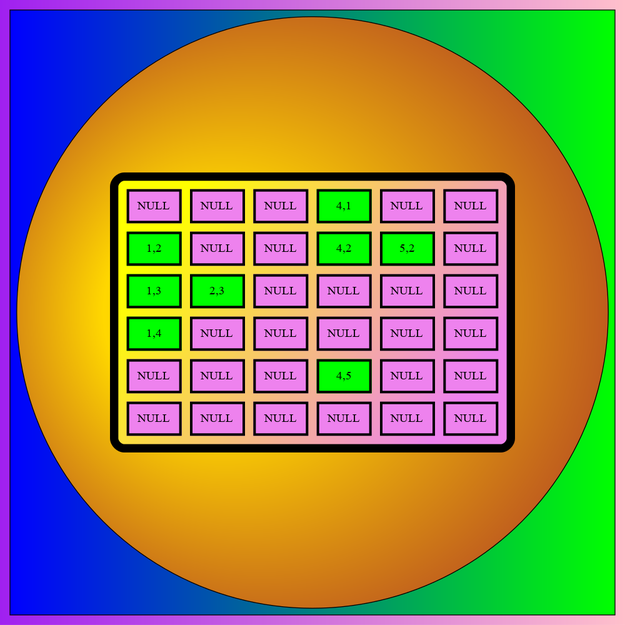
Above: build-Servidor-Desktop-Debug/matriz.png in GianniDeLeon/Proyecto1EDD (Graphviz), before the change. Its source is kept beside it as build-Servidor-Desktop-Debug/matriz.dot. The source it was exported from:
```dot
digraph matriz{bgcolor="purple:pink" style="filled"subgraph cluster1 {fillcolor="blue:green" style="filled"node [shape=circle fillcolor="gold:brown" style="radial" gradientangle=180]a0 [label=<<TABLE border="10" cellspacing="10" cellpadding="10" style="rounded" bgcolor="yellow:violet" gradientangle="315">";<TR>
<TD border="3"  bgcolor="violet"  gradientangle="315">NULL</TD><TD border="3"  bgcolor="violet"  gradientangle="315">NULL</TD><TD border="3"  bgcolor="violet"  gradientangle="315">NULL</TD><TD border="3"  bgcolor="green" gradientangle="315">4,1</TD><TD border="3"  bgcolor="violet"  gradientangle="315">NULL</TD><TD border="3"  bgcolor="violet"  gradientangle="315">NULL</TD></TR>
<TR>
<TD border="3"  bgcolor="green" gradientangle="315">1,2</TD><TD border="3"  bgcolor="violet"  gradientangle="315">NULL</TD><TD border="3"  bgcolor="violet"  gradientangle="315">NULL</TD><TD border="3"  bgcolor="green" gradientangle="315">4,2</TD><TD border="3"  bgcolor="green" gradientangle="315">5,2</TD><TD border="3"  bgcolor="violet"  gradientangle="315">NULL</TD></TR>
<TR>
<TD border="3"  bgcolor="green" gradientangle="315">1,3</TD><TD border="3"  bgcolor="green" gradientangle="315">2,3</TD><TD border="3"  bgcolor="violet"  gradientangle="315">NULL</TD><TD border="3"  bgcolor="violet"  gradientangle="315">NULL</TD><TD border="3"  bgcolor="violet"  gradientangle="315">NULL</TD><TD border="3"  bgcolor="violet"  gradientangle="315">NULL</TD></TR>
<TR>
<TD border="3"  bgcolor="green" gradientangle="315">1,4</TD><TD border="3"  bgcolor="violet"  gradientangle="315">NULL</TD><TD border="3"  bgcolor="violet"  gradientangle="315">NULL</TD><TD border="3"  bgcolor="violet"  gradientangle="315">NULL</TD><TD border="3"  bgcolor="violet"  gradientangle="315">NULL</TD><TD border="3"  bgcolor="violet"  gradientangle="315">NULL</TD></TR>
<TR>
<TD border="3"  bgcolor="violet"  gradientangle="315">NULL</TD><TD border="3"  bgcolor="violet"  gradientangle="315">NULL</TD><TD border="3"  bgcolor="violet"  gradientangle="315">NULL</TD><TD border="3"  bgcolor="green" gradientangle="315">4,5</TD><TD border="3"  bgcolor="violet"  gradientangle="315">NULL</TD><TD border="3"  bgcolor="violet"  gradientangle="315">NULL</TD></TR>
<TR>
<TD border="3"  bgcolor="violet"  gradientangle="315">NULL</TD><TD border="3"  bgcolor="violet"  gradientangle="315">NULL</TD><TD border="3"  bgcolor="violet"  gradientangle="315">NULL</TD><TD border="3"  bgcolor="violet"  gradientangle="315">NULL</TD><TD border="3"  bgcolor="violet"  gradientangle="315">NULL</TD><TD border="3"  bgcolor="violet"  gradientangle="315">NULL</TD></TR>
</TABLE>>];
}
}
```
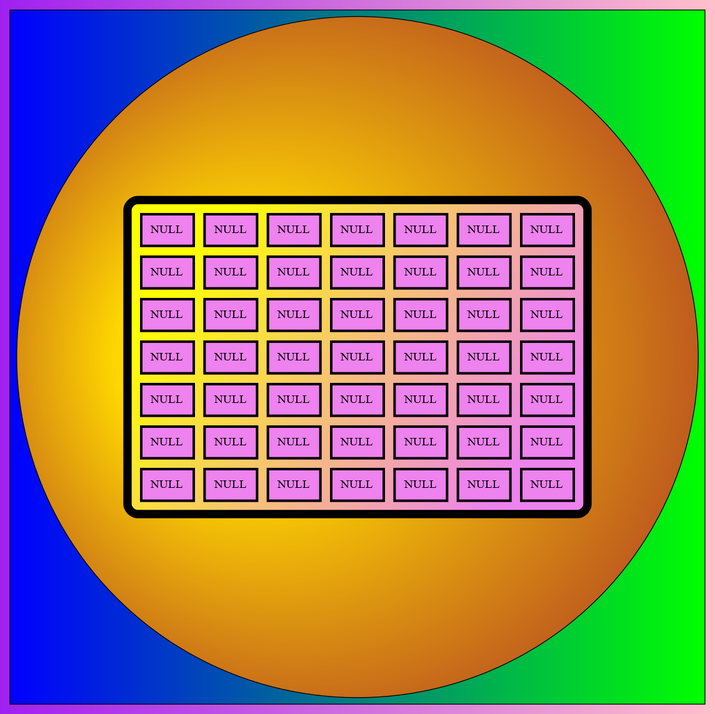
After the commit.

What changed in the source:
```diff
@@ -1,15 +1,17 @@
 digraph matriz{bgcolor="purple:pink" style="filled"subgraph cluster1 {fillcolor="blue:green" style="filled"node [shape=circle fillcolor="gold:brown" style="radial" gradientangle=180]a0 [label=<<TABLE border="10" cellspacing="10" cellpadding="10" style="rounded" bgcolor="yellow:violet" gradientangle="315">";<TR>
-<TD border="3"  bgcolor="violet"  gradientangle="315">NULL</TD><TD border="3"  bgcolor="violet"  gradientangle="315">NULL</TD><TD border="3"  bgcolor="violet"  gradientangle="315">NULL</TD><TD border="3"  bgcolor="green" gradientangle="315">4,1</TD><TD border="3"  bgcolor="violet"  gradientangle="315">NULL</TD><TD border="3"  bgcolor="violet"  gradientangle="315">NULL</TD></TR>
+<TD border="3"  bgcolor="violet"  gradientangle="315">NULL</TD><TD border="3"  bgcolor="violet"  gradientangle="315">NULL</TD><TD border="3"  bgcolor="violet"  gradientangle="315">NULL</TD><TD border="3"  bgcolor="violet"  gradientangle="315">NULL</TD><TD border="3"  bgcolor="violet"  gradientangle="315">NULL</TD><TD border="3"  bgcolor="violet"  gradientangle="315">NULL</TD><TD border="3"  bgcolor="violet"  gradientangle="315">NULL</TD></TR>
 <TR>
-<TD border="3"  bgcolor="green" gradientangle="315">1,2</TD><TD border="3"  bgcolor="violet"  gradientangle="315">NULL</TD><TD border="3"  bgcolor="violet"  gradientangle="315">NULL</TD><TD border="3"  bgcolor="green" gradientangle="315">4,2</TD><TD border="3"  bgcolor="green" gradientangle="315">5,2</TD><TD border="3"  bgcolor="violet"  gradientangle="315">NULL</TD></TR>
+<TD border="3"  bgcolor="violet"  gradientangle="315">NULL</TD><TD border="3"  bgcolor="violet"  gradientangle="315">NULL</TD><TD border="3"  bgcolor="violet"  gradientangle="315">NULL</TD><TD border="3"  bgcolor="violet"  gradientangle="315">NULL</TD><TD border="3"  bgcolor="violet"  gradientangle="315">NULL</TD><TD border="3"  bgcolor="violet"  gradientangle="315">NULL</TD><TD border="3"  bgcolor="violet"  gradientangle="315">NULL</TD></TR>
 <TR>
-<TD border="3"  bgcolor="green" gradientangle="315">1,3</TD><TD border="3"  bgcolor="green" gradientangle="315">2,3</TD><TD border="3"  bgcolor="violet"  gradientangle="315">NULL</TD><TD border="3"  bgcolor="violet"  gradientangle="315">NULL</TD><TD border="3"  bgcolor="violet"  gradientangle="315">NULL</TD><TD border="3"  bgcolor="violet"  gradientangle="315">NULL</TD></TR>
+<TD border="3"  bgcolor="violet"  gradientangle="315">NULL</TD><TD border="3"  bgcolor="violet"  gradientangle="315">NULL</TD><TD border="3"  bgcolor="violet"  gradientangle="315">NULL</TD><TD border="3"  bgcolor="violet"  gradientangle="315">NULL</TD><TD border="3"  bgcolor="violet"  gradientangle="315">NULL</TD><TD border="3"  bgcolor="violet"  gradientangle="315">NULL</TD><TD border="3"  bgcolor="violet"  gradientangle="315">NULL</TD></TR>
 <TR>
-<TD border="3"  bgcolor="green" gradientangle="315">1,4</TD><TD border="3"  bgcolor="violet"  gradientangle="315">NULL</TD><TD border="3"  bgcolor="violet"  gradientangle="315">NULL</TD><TD border="3"  bgcolor="violet"  gradientangle="315">NULL</TD><TD border="3"  bgcolor="violet"  gradientangle="315">NULL</TD><TD border="3"  bgcolor="violet"  gradientangle="315">NULL</TD></TR>
+<TD border="3"  bgcolor="violet"  gradientangle="315">NULL</TD><TD border="3"  bgcolor="violet"  gradientangle="315">NULL</TD><TD border="3"  bgcolor="violet"  gradientangle="315">NULL</TD><TD border="3"  bgcolor="violet"  gradientangle="315">NULL</TD><TD border="3"  bgcolor="violet"  gradientangle="315">NULL</TD><TD border="3"  bgcolor="violet"  gradientangle="315">NULL</TD><TD border="3"  bgcolor="violet"  gradientangle="315">NULL</TD></TR>
 <TR>
-<TD border="3"  bgcolor="violet"  gradientangle="315">NULL</TD><TD border="3"  bgcolor="violet"  gradientangle="315">NULL</TD><TD border="3"  bgcolor="violet"  gradientangle="315">NULL</TD><TD border="3"  bgcolor="green" gradientangle="315">4,5</TD><TD border="3"  bgcolor="violet"  gradientangle="315">NULL</TD><TD border="3"  bgcolor="violet"  gradientangle="315">NULL</TD></TR>
+<TD border="3"  bgcolor="violet"  gradientangle="315">NULL</TD><TD border="3"  bgcolor="violet"  gradientangle="315">NULL</TD><TD border="3"  bgcolor="violet"  gradientangle="315">NULL</TD><TD border="3"  bgcolor="violet"  gradientangle="315">NULL</TD><TD border="3"  bgcolor="violet"  gradientangle="315">NULL</TD><TD border="3"  bgcolor="violet"  gradientangle="315">NULL</TD><TD border="3"  bgcolor="violet"  gradientangle="315">NULL</TD></TR>
 <TR>
-<TD border="3"  bgcolor="violet"  gradientangle="315">NULL</TD><TD border="3"  bgcolor="violet"  gradientangle="315">NULL</TD><TD border="3"  bgcolor="violet"  gradientangle="315">NULL</TD><TD border="3"  bgcolor="violet"  gradientangle="315">NULL</TD><TD border="3"  bgcolor="violet"  gradientangle="315">NULL</TD><TD border="3"  bgcolor="violet"  gradientangle="315">NULL</TD></TR>
+<TD border="3"  bgcolor="violet"  gradientangle="315">NULL</TD><TD border="3"  bgcolor="violet"  gradientangle="315">NULL</TD><TD border="3"  bgcolor="violet"  gradientangle="315">NULL</TD><TD border="3"  bgcolor="violet"  gradientangle="315">NULL</TD><TD border="3"  bgcolor="violet"  gradientangle="315">NULL</TD><TD border="3"  bgcolor="violet"  gradientangle="315">NULL</TD><TD border="3"  bgcolor="violet"  gradientangle="315">NULL</TD></TR>
+<TR>
+<TD border="3"  bgcolor="violet"  gradientangle="315">NULL</TD><TD border="3"  bgcolor="violet"  gradientangle="315">NULL</TD><TD border="3"  bgcolor="violet"  gradientangle="315">NULL</TD><TD border="3"  bgcolor="violet"  gradientangle="315">NULL</TD><TD border="3"  bgcolor="violet"  gradientangle="315">NULL</TD><TD border="3"  bgcolor="violet"  gradientangle="315">NULL</TD><TD border="3"  bgcolor="violet"  gradientangle="315">NULL</TD></TR>
 </TABLE>>];
 }
 }
```
